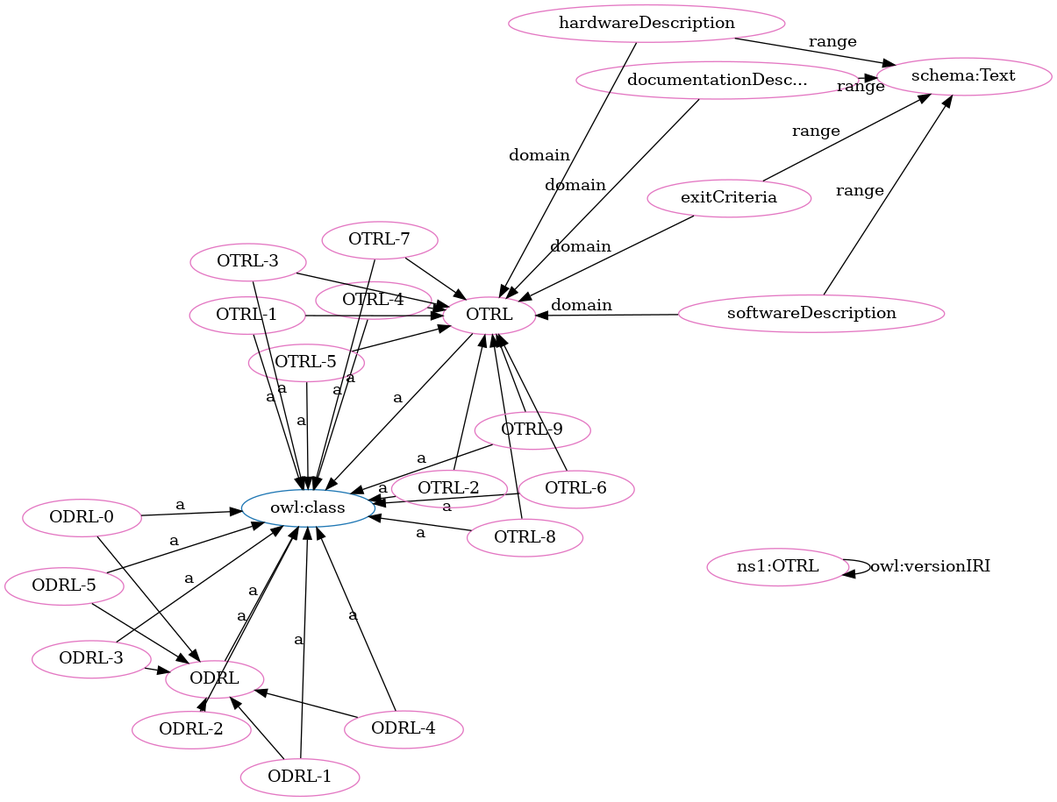
Earlier version of the Graphviz export OTRL-clean.png (OPEN-NEXT/OKH-LOSH). Its source is kept beside it as OTRL-clean.dot.
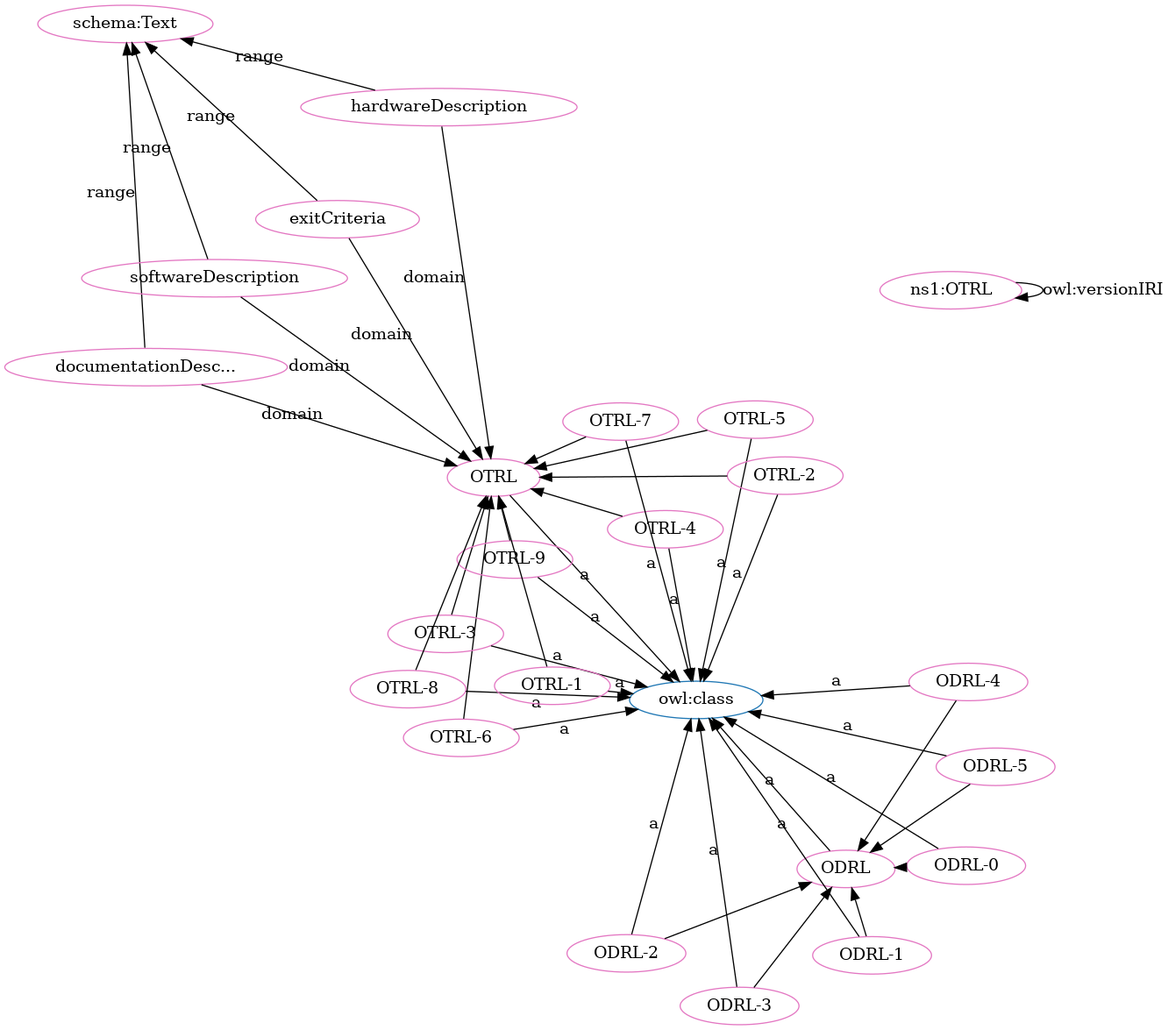
The same file after the commit.

The edit, as a diff of the source:
```diff
@@ -4,68 +4,68 @@
 "http://purl.org/oseg/ontologies/OTRL#ODRL" [fillcolor="#1f77b4" color="#1f77b4" label="ODRL"]
 "http://purl.org/oseg/ontologies/OTRL#OTRL" [fillcolor="#1f77b4" color="#1f77b4" label="OTRL"]
 "http://www.w3.org/2002/07/owl#class" [fillcolor="#1f77b4" color="#1f77b4" label="owl:class"]
+"http://purl.org/oseg/ontologies/OTRL#ODRL-3" [fillcolor="#e377c2" color="#e377c2" label="ODRL-3"]
 "http://purl.org/oseg/ontologies/OTRL#OTRL" [fillcolor="#e377c2" color="#e377c2" label="OTRL"]
+"http://purl.org/oseg/ontologies/OTRL#OTRL-5" [fillcolor="#e377c2" color="#e377c2" label="OTRL-5"]
+"http://purl.org/oseg/ontologies/OTRL#OTRL-6" [fillcolor="#e377c2" color="#e377c2" label="OTRL-6"]
 "http://schema.org/Text" [fillcolor="#e377c2" color="#e377c2" label="schema:Text"]
+"http://purl.org/oseg/ontologies/OTRL#OTRL-2" [fillcolor="#e377c2" color="#e377c2" label="OTRL-2"]
+"http://purl.org/oseg/ontologies/OTRL" [fillcolor="#e377c2" color="#e377c2" label="ns1:OTRL"]
+"http://purl.org/oseg/ontologies/OTRL#ODRL-1" [fillcolor="#e377c2" color="#e377c2" label="ODRL-1"]
+"http://purl.org/oseg/ontologies/OTRL#ODRL-0" [fillcolor="#e377c2" color="#e377c2" label="ODRL-0"]
+"http://purl.org/oseg/ontologies/OTRL#OTRL-3" [fillcolor="#e377c2" color="#e377c2" label="OTRL-3"]
 "http://purl.org/oseg/ontologies/OTRL#documentationDescription" [fillcolor="#e377c2" color="#e377c2" label="documentationDesc..."]
-"http://purl.org/oseg/ontologies/OTRL#ODRL" [fillcolor="#e377c2" color="#e377c2" label="ODRL"]
 "http://purl.org/oseg/ontologies/OTRL#OTRL-4" [fillcolor="#e377c2" color="#e377c2" label="OTRL-4"]
 "http://purl.org/oseg/ontologies/OTRL#ODRL-5" [fillcolor="#e377c2" color="#e377c2" label="ODRL-5"]
+"http://purl.org/oseg/ontologies/OTRL#OTRL-9" [fillcolor="#e377c2" color="#e377c2" label="OTRL-9"]
 "http://purl.org/oseg/ontologies/OTRL#exitCriteria" [fillcolor="#e377c2" color="#e377c2" label="exitCriteria"]
-"http://purl.org/oseg/ontologies/OTRL" [fillcolor="#e377c2" color="#e377c2" label="ns1:OTRL"]
+"http://purl.org/oseg/ontologies/OTRL#ODRL-4" [fillcolor="#e377c2" color="#e377c2" label="ODRL-4"]
+"http://purl.org/oseg/ontologies/OTRL#ODRL" [fillcolor="#e377c2" color="#e377c2" label="ODRL"]
+"http://purl.org/oseg/ontologies/OTRL#ODRL-2" [fillcolor="#e377c2" color="#e377c2" label="ODRL-2"]
+"http://purl.org/oseg/ontologies/OTRL#OTRL-7" [fillcolor="#e377c2" color="#e377c2" label="OTRL-7"]
+"http://purl.org/oseg/ontologies/OTRL#hardwareDescription" [fillcolor="#e377c2" color="#e377c2" label="hardwareDescription"]
+"http://purl.org/oseg/ontologies/OTRL#OTRL-8" [fillcolor="#e377c2" color="#e377c2" label="OTRL-8"]
 "http://purl.org/oseg/ontologies/OTRL#softwareDescription" [fillcolor="#e377c2" color="#e377c2" label="softwareDescription"]
-"http://purl.org/oseg/ontologies/OTRL#OTRL-5" [fillcolor="#e377c2" color="#e377c2" label="OTRL-5"]
-"http://purl.org/oseg/ontologies/OTRL#ODRL-4" [fillcolor="#e377c2" color="#e377c2" label="ODRL-4"]
-"http://purl.org/oseg/ontologies/OTRL#OTRL-7" [fillcolor="#e377c2" color="#e377c2" label="OTRL-7"]
-"http://purl.org/oseg/ontologies/OTRL#OTRL-8" [fillcolor="#e377c2" color="#e377c2" label="OTRL-8"]
-"http://purl.org/oseg/ontologies/OTRL#ODRL-1" [fillcolor="#e377c2" color="#e377c2" label="ODRL-1"]
-"http://purl.org/oseg/ontologies/OTRL#OTRL-9" [fillcolor="#e377c2" color="#e377c2" label="OTRL-9"]
-"http://purl.org/oseg/ontologies/OTRL#hardwareDescription" [fillcolor="#e377c2" color="#e377c2" label="hardwareDescription"]
-"http://purl.org/oseg/ontologies/OTRL#ODRL-2" [fillcolor="#e377c2" color="#e377c2" label="ODRL-2"]
-"http://purl.org/oseg/ontologies/OTRL#OTRL-6" [fillcolor="#e377c2" color="#e377c2" label="OTRL-6"]
-"http://purl.org/oseg/ontologies/OTRL#OTRL-2" [fillcolor="#e377c2" color="#e377c2" label="OTRL-2"]
 "http://purl.org/oseg/ontologies/OTRL#OTRL-1" [fillcolor="#e377c2" color="#e377c2" label="OTRL-1"]
-"http://purl.org/oseg/ontologies/OTRL#ODRL-3" [fillcolor="#e377c2" color="#e377c2" label="ODRL-3"]
-"http://purl.org/oseg/ontologies/OTRL#ODRL-0" [fillcolor="#e377c2" color="#e377c2" label="ODRL-0"]
-"http://purl.org/oseg/ontologies/OTRL#OTRL-3" [fillcolor="#e377c2" color="#e377c2" label="OTRL-3"]
-  "http://purl.org/oseg/ontologies/OTRL#OTRL-1" -> "http://purl.org/oseg/ontologies/OTRL#OTRL" [label=""]
-  "http://purl.org/oseg/ontologies/OTRL#OTRL-4" -> "http://www.w3.org/2002/07/owl#class" [label="a"]
-  "http://purl.org/oseg/ontologies/OTRL#OTRL-8" -> "http://purl.org/oseg/ontologies/OTRL#OTRL" [label=""]
-  "http://purl.org/oseg/ontologies/OTRL#ODRL-5" -> "http://www.w3.org/2002/07/owl#class" [label="a"]
-  "http://purl.org/oseg/ontologies/OTRL#hardwareDescription" -> "http://purl.org/oseg/ontologies/OTRL#OTRL" [label="domain"]
-  "http://purl.org/oseg/ontologies/OTRL#OTRL-6" -> "http://purl.org/oseg/ontologies/OTRL#OTRL" [label=""]
-  "http://purl.org/oseg/ontologies/OTRL#OTRL-4" -> "http://purl.org/oseg/ontologies/OTRL#OTRL" [label=""]
-  "http://purl.org/oseg/ontologies/OTRL#ODRL-0" -> "http://purl.org/oseg/ontologies/OTRL#ODRL" [label=""]
-  "http://purl.org/oseg/ontologies/OTRL#OTRL-7" -> "http://www.w3.org/2002/07/owl#class" [label="a"]
-  "http://purl.org/oseg/ontologies/OTRL#ODRL-1" -> "http://purl.org/oseg/ontologies/OTRL#ODRL" [label=""]
-  "http://purl.org/oseg/ontologies/OTRL#ODRL-2" -> "http://purl.org/oseg/ontologies/OTRL#ODRL" [label=""]
-  "http://purl.org/oseg/ontologies/OTRL#OTRL-3" -> "http://purl.org/oseg/ontologies/OTRL#OTRL" [label=""]
-  "http://purl.org/oseg/ontologies/OTRL#OTRL-8" -> "http://www.w3.org/2002/07/owl#class" [label="a"]
-  "http://purl.org/oseg/ontologies/OTRL#ODRL-1" -> "http://www.w3.org/2002/07/owl#class" [label="a"]
+  "http://purl.org/oseg/ontologies/OTRL#ODRL-3" -> "http://www.w3.org/2002/07/owl#class" [label="a"]
+  "http://purl.org/oseg/ontologies/OTRL#OTRL-5" -> "http://www.w3.org/2002/07/owl#class" [label="a"]
+  "http://purl.org/oseg/ontologies/OTRL#OTRL-5" -> "http://purl.org/oseg/ontologies/OTRL#OTRL" [label=""]
   "http://purl.org/oseg/ontologies/OTRL#hardwareDescription" -> "http://schema.org/Text" [label="range"]
-  "http://purl.org/oseg/ontologies/OTRL#ODRL-2" -> "http://www.w3.org/2002/07/owl#class" [label="a"]
-  "http://purl.org/oseg/ontologies/OTRL#OTRL-6" -> "http://www.w3.org/2002/07/owl#class" [label="a"]
-  "http://purl.org/oseg/ontologies/OTRL#exitCriteria" -> "http://purl.org/oseg/ontologies/OTRL#OTRL" [label="domain"]
   "http://purl.org/oseg/ontologies/OTRL#softwareDescription" -> "http://schema.org/Text" [label="range"]
   "http://purl.org/oseg/ontologies/OTRL#OTRL-2" -> "http://www.w3.org/2002/07/owl#class" [label="a"]
+  "http://purl.org/oseg/ontologies/OTRL#documentationDescription" -> "http://purl.org/oseg/ontologies/OTRL#OTRL" [label="domain"]
+  "http://purl.org/oseg/ontologies/OTRL#ODRL-1" -> "http://www.w3.org/2002/07/owl#class" [label="a"]
+  "http://purl.org/oseg/ontologies/OTRL" -> "http://purl.org/oseg/ontologies/OTRL" [label="owl:versionIRI"]
   "http://purl.org/oseg/ontologies/OTRL#OTRL-3" -> "http://www.w3.org/2002/07/owl#class" [label="a"]
+  "http://purl.org/oseg/ontologies/OTRL#OTRL-2" -> "http://purl.org/oseg/ontologies/OTRL#OTRL" [label=""]
+  "http://purl.org/oseg/ontologies/OTRL#OTRL-9" -> "http://www.w3.org/2002/07/owl#class" [label="a"]
+  "http://purl.org/oseg/ontologies/OTRL#ODRL-4" -> "http://www.w3.org/2002/07/owl#class" [label="a"]
+  "http://purl.org/oseg/ontologies/OTRL#ODRL-2" -> "http://www.w3.org/2002/07/owl#class" [label="a"]
+  "http://purl.org/oseg/ontologies/OTRL#ODRL-0" -> "http://purl.org/oseg/ontologies/OTRL#ODRL" [label=""]
+  "http://purl.org/oseg/ontologies/OTRL#softwareDescription" -> "http://purl.org/oseg/ontologies/OTRL#OTRL" [label="domain"]
+  "http://purl.org/oseg/ontologies/OTRL#hardwareDescription" -> "http://purl.org/oseg/ontologies/OTRL#OTRL" [label="domain"]
+  "http://purl.org/oseg/ontologies/OTRL#ODRL-5" -> "http://purl.org/oseg/ontologies/OTRL#ODRL" [label=""]
+  "http://purl.org/oseg/ontologies/OTRL#exitCriteria" -> "http://schema.org/Text" [label="range"]
+  "http://purl.org/oseg/ontologies/OTRL#OTRL-8" -> "http://www.w3.org/2002/07/owl#class" [label="a"]
+  "http://purl.org/oseg/ontologies/OTRL#OTRL-3" -> "http://purl.org/oseg/ontologies/OTRL#OTRL" [label=""]
+  "http://purl.org/oseg/ontologies/OTRL#ODRL" -> "http://www.w3.org/2002/07/owl#class" [label="a"]
+  "http://purl.org/oseg/ontologies/OTRL#OTRL-4" -> "http://purl.org/oseg/ontologies/OTRL#OTRL" [label=""]
+  "http://purl.org/oseg/ontologies/OTRL#OTRL-8" -> "http://purl.org/oseg/ontologies/OTRL#OTRL" [label=""]
+  "http://purl.org/oseg/ontologies/OTRL#OTRL-6" -> "http://www.w3.org/2002/07/owl#class" [label="a"]
+  "http://purl.org/oseg/ontologies/OTRL#OTRL" -> "http://www.w3.org/2002/07/owl#class" [label="a"]
   "http://purl.org/oseg/ontologies/OTRL#documentationDescription" -> "http://schema.org/Text" [label="range"]
+  "http://purl.org/oseg/ontologies/OTRL#ODRL-0" -> "http://www.w3.org/2002/07/owl#class" [label="a"]
+  "http://purl.org/oseg/ontologies/OTRL#exitCriteria" -> "http://purl.org/oseg/ontologies/OTRL#OTRL" [label="domain"]
+  "http://purl.org/oseg/ontologies/OTRL#OTRL-4" -> "http://www.w3.org/2002/07/owl#class" [label="a"]
+  "http://purl.org/oseg/ontologies/OTRL#ODRL-5" -> "http://www.w3.org/2002/07/owl#class" [label="a"]
+  "http://purl.org/oseg/ontologies/OTRL#OTRL-1" -> "http://purl.org/oseg/ontologies/OTRL#OTRL" [label=""]
+  "http://purl.org/oseg/ontologies/OTRL#ODRL-1" -> "http://purl.org/oseg/ontologies/OTRL#ODRL" [label=""]
+  "http://purl.org/oseg/ontologies/OTRL#OTRL-9" -> "http://purl.org/oseg/ontologies/OTRL#OTRL" [label=""]
   "http://purl.org/oseg/ontologies/OTRL#ODRL-4" -> "http://purl.org/oseg/ontologies/OTRL#ODRL" [label=""]
-  "http://purl.org/oseg/ontologies/OTRL#documentationDescription" -> "http://purl.org/oseg/ontologies/OTRL#OTRL" [label="domain"]
-  "http://purl.org/oseg/ontologies/OTRL#ODRL" -> "http://www.w3.org/2002/07/owl#class" [label="a"]
-  "http://purl.org/oseg/ontologies/OTRL#OTRL-9" -> "http://purl.org/oseg/ontologies/OTRL#OTRL" [label=""]
-  "http://purl.org/oseg/ontologies/OTRL#OTRL-5" -> "http://www.w3.org/2002/07/owl#class" [label="a"]
-  "http://purl.org/oseg/ontologies/OTRL#ODRL-4" -> "http://www.w3.org/2002/07/owl#class" [label="a"]
-  "http://purl.org/oseg/ontologies/OTRL" -> "http://purl.org/oseg/ontologies/OTRL" [label="owl:versionIRI"]
+  "http://purl.org/oseg/ontologies/OTRL#OTRL-7" -> "http://www.w3.org/2002/07/owl#class" [label="a"]
+  "http://purl.org/oseg/ontologies/OTRL#ODRL-3" -> "http://purl.org/oseg/ontologies/OTRL#ODRL" [label=""]
+  "http://purl.org/oseg/ontologies/OTRL#OTRL-6" -> "http://purl.org/oseg/ontologies/OTRL#OTRL" [label=""]
+  "http://purl.org/oseg/ontologies/OTRL#ODRL-2" -> "http://purl.org/oseg/ontologies/OTRL#ODRL" [label=""]
   "http://purl.org/oseg/ontologies/OTRL#OTRL-7" -> "http://purl.org/oseg/ontologies/OTRL#OTRL" [label=""]
-  "http://purl.org/oseg/ontologies/OTRL#OTRL-5" -> "http://purl.org/oseg/ontologies/OTRL#OTRL" [label=""]
-  "http://purl.org/oseg/ontologies/OTRL#ODRL-5" -> "http://purl.org/oseg/ontologies/OTRL#ODRL" [label=""]
-  "http://purl.org/oseg/ontologies/OTRL#OTRL-9" -> "http://www.w3.org/2002/07/owl#class" [label="a"]
-  "http://purl.org/oseg/ontologies/OTRL#exitCriteria" -> "http://schema.org/Text" [label="range"]
-  "http://purl.org/oseg/ontologies/OTRL#OTRL" -> "http://www.w3.org/2002/07/owl#class" [label="a"]
-  "http://purl.org/oseg/ontologies/OTRL#ODRL-3" -> "http://purl.org/oseg/ontologies/OTRL#ODRL" [label=""]
-  "http://purl.org/oseg/ontologies/OTRL#softwareDescription" -> "http://purl.org/oseg/ontologies/OTRL#OTRL" [label="domain"]
   "http://purl.org/oseg/ontologies/OTRL#OTRL-1" -> "http://www.w3.org/2002/07/owl#class" [label="a"]
-  "http://purl.org/oseg/ontologies/OTRL#OTRL-2" -> "http://purl.org/oseg/ontologies/OTRL#OTRL" [label=""]
-  "http://purl.org/oseg/ontologies/OTRL#ODRL-3" -> "http://www.w3.org/2002/07/owl#class" [label="a"]
-  "http://purl.org/oseg/ontologies/OTRL#ODRL-0" -> "http://www.w3.org/2002/07/owl#class" [label="a"]
 }
```
